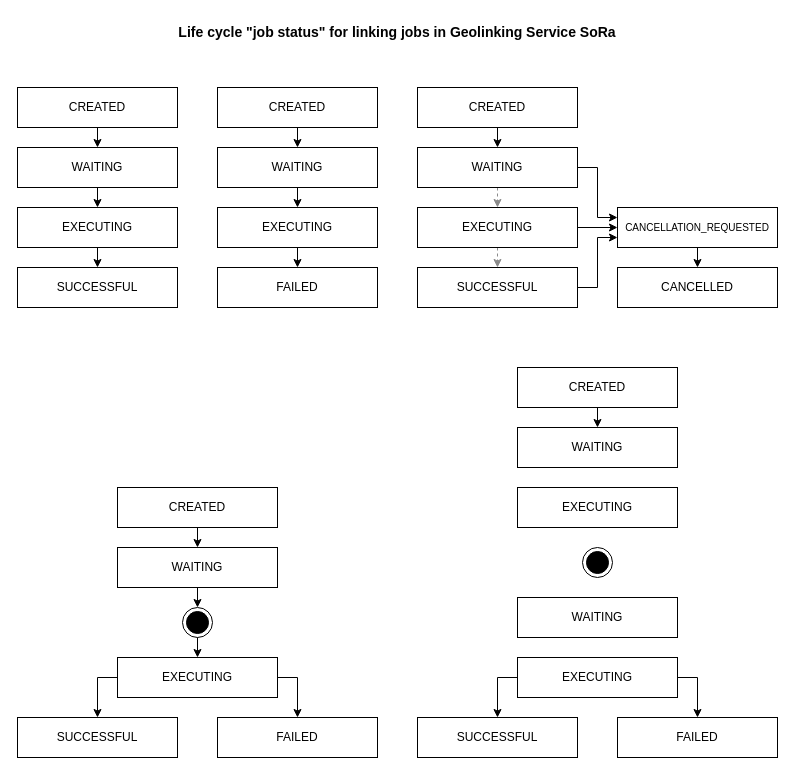
The draw.io diagram sora/flowcharts_job_status_001.drawio in traveller195/draw_io, before the edit. Source tidied: cells renumbered, new cells numbered last; positions are measured from the earlier drawing's top-left corner, leaving out a move shared by most shapes. Both pictures are drawn from the tidied source at 100%, with x=0, y=0 at pixel (17, 17).
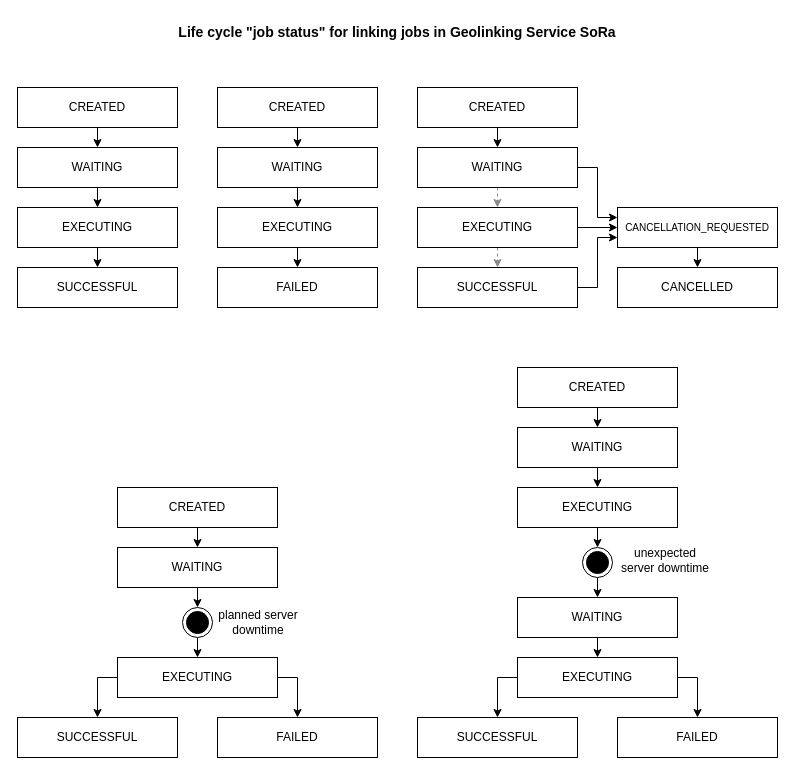
The same page after the edit.

Unchanged cells that the change refers to:
```xml
<mxCell id="42" value="WAITING" style="rounded=0;whiteSpace=wrap;html=1;" parent="1" vertex="1">
  <mxGeometry x="500" y="410" width="160" height="40" as="geometry" />
</mxCell>
<mxCell id="45" value="EXECUTING" style="rounded=0;whiteSpace=wrap;html=1;" parent="1" vertex="1">
  <mxGeometry x="500" y="640" width="160" height="40" as="geometry" />
</mxCell>
<mxCell id="49" style="ellipse;html=1;shape=endState;fillColor=strokeColor;" parent="1" vertex="1">
  <mxGeometry x="565" y="530" width="30" height="30" as="geometry" />
</mxCell>
<mxCell id="50" value="EXECUTING" style="rounded=0;whiteSpace=wrap;html=1;" parent="1" vertex="1">
  <mxGeometry x="500" y="470" width="160" height="40" as="geometry" />
</mxCell>
<mxCell id="51" value="WAITING" style="rounded=0;whiteSpace=wrap;html=1;" parent="1" vertex="1">
  <mxGeometry x="500" y="580" width="160" height="40" as="geometry" />
</mxCell>
```

The edit, as a diff of the source:
```diff
@@
+    <mxCell id="52" style="edgeStyle=orthogonalEdgeStyle;rounded=0;jettySize=auto;html=1;exitX=0.5;exitY=1;exitDx=0;exitDy=0;entryX=0.5;entryY=0;entryDx=0;entryDy=0;" parent="1" edge="1" source="42" target="50">
+      <mxGeometry relative="1" as="geometry" />
+    </mxCell>
@@
+    <mxCell id="53" style="edgeStyle=orthogonalEdgeStyle;rounded=0;jettySize=auto;html=1;exitX=0.5;exitY=1;exitDx=0;exitDy=0;entryX=0.5;entryY=0;entryDx=0;entryDy=0;" parent="1" edge="1" source="49" target="51">
+      <mxGeometry relative="1" as="geometry" />
+    </mxCell>
@@
+    <mxCell id="54" style="edgeStyle=orthogonalEdgeStyle;rounded=0;jettySize=auto;html=1;exitX=0.5;exitY=1;exitDx=0;exitDy=0;entryX=0.5;entryY=0;entryDx=0;entryDy=0;" parent="1" edge="1" source="50" target="49">
+      <mxGeometry relative="1" as="geometry" />
+    </mxCell>
@@
+    <mxCell id="55" style="edgeStyle=orthogonalEdgeStyle;rounded=0;jettySize=auto;html=1;exitX=0.5;exitY=1;exitDx=0;exitDy=0;entryX=0.5;entryY=0;entryDx=0;entryDy=0;" parent="1" edge="1" source="51" target="45">
+      <mxGeometry relative="1" as="geometry" />
+    </mxCell>
@@
+    <mxCell id="56" value="planned server downtime" style="text;html=1;align=center;verticalAlign=middle;whiteSpace=wrap;rounded=0;" parent="1" vertex="1">
+      <mxGeometry x="196" y="590" width="90" height="30" as="geometry" />
+    </mxCell>
+    <mxCell id="57" value="unexpected server downtime" style="text;html=1;align=center;verticalAlign=middle;whiteSpace=wrap;rounded=0;" parent="1" vertex="1">
+      <mxGeometry x="598" y="528" width="100" height="30" as="geometry" />
+    </mxCell>
```
